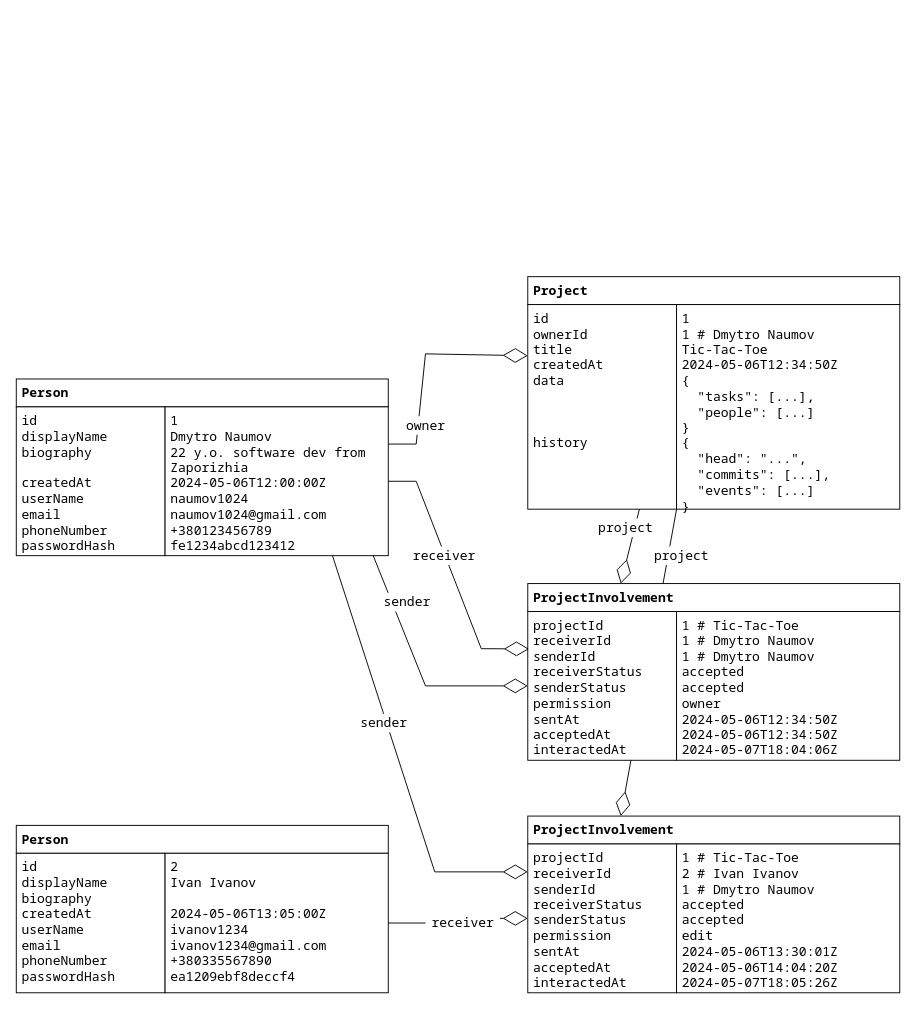
This is page "Relational-ex" (2 of 3) of science-vis/datamodel.drawio from dmitriynaumov1024/proj, a draw.io file, before an edit. Source tidied: cells renumbered, new cells numbered last; positions are measured from the earlier drawing's top-left corner, leaving out a move shared by most shapes. Both pictures are drawn from the tidied source at 93%, with x=0, y=0 at pixel (16, 276).
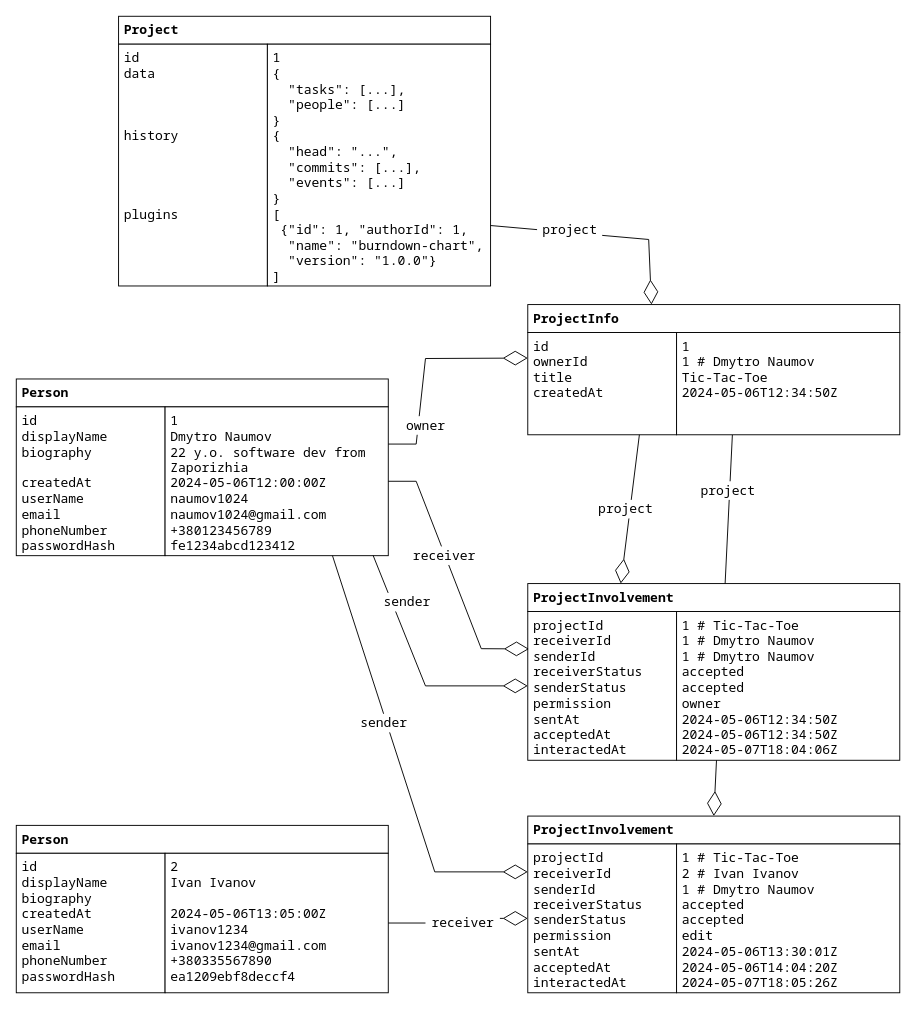
The same diagram, later.

The change refers to these unchanged cells:
```xml
<mxCell id="5" value="1&lt;br&gt;Dmytro Naumov&lt;br&gt;22 y.o. software dev from Zaporizhia&lt;br&gt;2024-05-06T12:00:00Z&lt;br&gt;naumov1024&lt;br&gt;naumov1024@gmail.com&lt;br&gt;+380123456789&lt;br&gt;fe1234abcd123412" style="rounded=0;whiteSpace=wrap;html=1;fontFamily=Noto Sans Mono;fontSize=14;align=left;verticalAlign=top;spacingLeft=4;" parent="1" vertex="1">
  <mxGeometry x="160" y="140" width="240" height="160" as="geometry" />
</mxCell>
<mxCell id="20" value="ProjectInvolvement" style="rounded=0;whiteSpace=wrap;html=1;fontFamily=Noto Sans Mono;fontSize=14;fontStyle=1;align=left;spacingLeft=4;" parent="1" vertex="1">
  <mxGeometry x="550" y="580" width="400" height="30" as="geometry" />
</mxCell>
```

Change to the diagram source:
```diff
@@
-    <mxCell id="2" style="endArrow=diamondThin;endFill=0;endSize=24;html=1;rounded=0;fontFamily=Noto Sans Mono;fontSize=14;entryX=0.25;entryY=0;entryDx=0;entryDy=0;exitX=1;exitY=1;exitDx=0;exitDy=0;" parent="1" edge="1" source="12" target="20">
+    <mxCell id="2" style="endArrow=diamondThin;endFill=0;endSize=24;html=1;rounded=0;fontFamily=Noto Sans Mono;fontSize=14;entryX=0.5;entryY=0;entryDx=0;entryDy=0;exitX=0.25;exitY=1;exitDx=0;exitDy=0;" parent="1" edge="1" source="14" target="20">
       <mxGeometry relative="1" as="geometry" />
     </mxCell>
@@
-    <mxCell id="11" value="Project" style="rounded=0;whiteSpace=wrap;html=1;fontFamily=Noto Sans Mono;fontSize=14;fontStyle=1;align=left;spacingLeft=4;" parent="1" vertex="1">
-      <mxGeometry x="550" width="400" height="30" as="geometry" />
+    <mxCell id="11" value="ProjectInfo" style="rounded=0;whiteSpace=wrap;html=1;fontFamily=Noto Sans Mono;fontSize=14;fontStyle=1;align=left;spacingLeft=4;" parent="1" vertex="1">
+      <mxGeometry x="550" y="30" width="400" height="30" as="geometry" />
     </mxCell>
-    <mxCell id="12" value="id&lt;br&gt;ownerId&lt;br&gt;title&lt;br&gt;createdAt&lt;br&gt;data&lt;br&gt;&lt;br&gt;&lt;br&gt;&lt;br&gt;history" style="rounded=0;whiteSpace=wrap;html=1;fontFamily=Noto Sans Mono;fontSize=14;align=left;verticalAlign=top;spacingLeft=4;" parent="1" vertex="1">
-      <mxGeometry x="550" y="30" width="160" height="220" as="geometry" />
+    <mxCell id="12" value="id&lt;br&gt;ownerId&lt;br&gt;title&lt;br&gt;createdAt&lt;br&gt;" style="rounded=0;whiteSpace=wrap;html=1;fontFamily=Noto Sans Mono;fontSize=14;align=left;verticalAlign=top;spacingLeft=4;" parent="1" vertex="1">
+      <mxGeometry x="550" y="60" width="160" height="110" as="geometry" />
     </mxCell>
@@
-    <mxCell id="14" value="1&lt;br&gt;1 # Dmytro Naumov&lt;br&gt;Tic-Tac-Toe&lt;br&gt;2024-05-06T12:34:50Z&lt;br&gt;{&amp;nbsp;&lt;br&gt;&amp;nbsp; &quot;tasks&quot;: [...],&lt;br&gt;&amp;nbsp; &quot;people&quot;: [...]&lt;br&gt;}&lt;br&gt;{&lt;br&gt;&amp;nbsp; &quot;head&quot;: &quot;...&quot;,&lt;br&gt;&amp;nbsp; &quot;commits&quot;: [...],&lt;br&gt;&amp;nbsp; &quot;events&quot;: [...] &lt;br&gt;}&amp;nbsp;" style="rounded=0;whiteSpace=wrap;html=1;fontFamily=Noto Sans Mono;fontSize=14;align=left;verticalAlign=top;spacingLeft=4;" parent="1" vertex="1">
-      <mxGeometry x="710" y="30" width="240" height="220" as="geometry" />
+    <mxCell id="14" value="1&lt;br&gt;1 # Dmytro Naumov&lt;br&gt;Tic-Tac-Toe&lt;br&gt;2024-05-06T12:34:50Z&lt;br&gt;&amp;nbsp;" style="rounded=0;whiteSpace=wrap;html=1;fontFamily=Noto Sans Mono;fontSize=14;align=left;verticalAlign=top;spacingLeft=4;" parent="1" vertex="1">
+      <mxGeometry x="710" y="60" width="240" height="110" as="geometry" />
     </mxCell>
     <mxCell id="15" style="endArrow=diamondThin;endFill=0;endSize=24;html=1;rounded=0;entryX=0;entryY=0.25;entryDx=0;entryDy=0;exitX=1;exitY=0.25;exitDx=0;exitDy=0;" parent="1" edge="1" source="5" target="12">
       <mxGeometry relative="1" as="geometry">
         <Array as="points">
           <mxPoint x="430" y="180" />
-          <mxPoint x="440" y="83" />
+          <mxPoint x="440" y="88" />
         </Array>
       </mxGeometry>
     </mxCell>
@@
     <mxCell id="19" value="project" style="text;html=1;align=center;verticalAlign=middle;strokeColor=none;fillColor=default;fontSize=14;fontFamily=Noto Sans Mono;" parent="1" vertex="1">
-      <mxGeometry x="620" y="260" width="70" height="20" as="geometry" />
+      <mxGeometry x="620" y="240" width="70" height="20" as="geometry" />
     </mxCell>
@@
     <mxCell id="25" value="project" style="text;html=1;align=center;verticalAlign=middle;strokeColor=none;fillColor=default;fontSize=14;fontFamily=Noto Sans Mono;" parent="1" vertex="1">
-      <mxGeometry x="680" y="290" width="70" height="20" as="geometry" />
+      <mxGeometry x="730" y="220" width="70" height="20" as="geometry" />
     </mxCell>
@@
+    <mxCell id="31" value="Project" style="rounded=0;whiteSpace=wrap;html=1;fontFamily=Noto Sans Mono;fontSize=14;fontStyle=1;align=left;spacingLeft=4;" parent="1" vertex="1">
+      <mxGeometry x="110" y="-280" width="400" height="30" as="geometry" />
+    </mxCell>
+    <mxCell id="32" value="id&lt;br&gt;data&lt;br&gt;&lt;br&gt;&lt;br&gt;&lt;br&gt;history&lt;br&gt;&lt;br&gt;&lt;br&gt;&lt;br&gt;&lt;br&gt;plugins" style="rounded=0;whiteSpace=wrap;html=1;fontFamily=Noto Sans Mono;fontSize=14;align=left;verticalAlign=top;spacingLeft=4;" parent="1" vertex="1">
+      <mxGeometry x="110" y="-250" width="160" height="260" as="geometry" />
+    </mxCell>
+    <mxCell id="33" value="1&lt;br&gt;{&amp;nbsp;&lt;br&gt;&amp;nbsp; &quot;tasks&quot;: [...],&lt;br&gt;&amp;nbsp; &quot;people&quot;: [...]&lt;br&gt;}&lt;br&gt;{&lt;br&gt;&amp;nbsp; &quot;head&quot;: &quot;...&quot;,&lt;br&gt;&amp;nbsp; &quot;commits&quot;: [...],&lt;br&gt;&amp;nbsp; &quot;events&quot;: [...] &lt;br&gt;}&amp;nbsp;&lt;br&gt;[&lt;br&gt;&amp;nbsp;{&quot;id&quot;: 1, &quot;authorId&quot;: 1,&lt;br&gt;&amp;nbsp; &quot;name&quot;: &quot;burndown-chart&quot;,&lt;br&gt;&amp;nbsp; &quot;version&quot;: &quot;1.0.0&quot;}&lt;br&gt;]" style="rounded=0;whiteSpace=wrap;html=1;fontFamily=Noto Sans Mono;fontSize=14;align=left;verticalAlign=top;spacingLeft=4;" parent="1" vertex="1">
+      <mxGeometry x="270" y="-250" width="240" height="260" as="geometry" />
+    </mxCell>
+    <mxCell id="34" style="endArrow=diamondThin;endFill=0;endSize=24;html=1;rounded=0;fontFamily=Noto Sans Mono;fontSize=14;entryX=0.25;entryY=0;entryDx=0;entryDy=0;exitX=1;exitY=0.75;exitDx=0;exitDy=0;" parent="1" edge="1" source="33">
+      <mxGeometry relative="1" as="geometry">
+        <mxPoint x="683" y="30" as="targetPoint" />
+        <Array as="points">
+          <mxPoint x="680" y="-40" />
+        </Array>
+      </mxGeometry>
+    </mxCell>
+    <mxCell id="35" value="project" style="text;html=1;align=center;verticalAlign=middle;strokeColor=none;fillColor=default;fontSize=14;fontFamily=Noto Sans Mono;" parent="1" vertex="1">
+      <mxGeometry x="560" y="-60" width="70" height="20" as="geometry" />
+    </mxCell>
```
